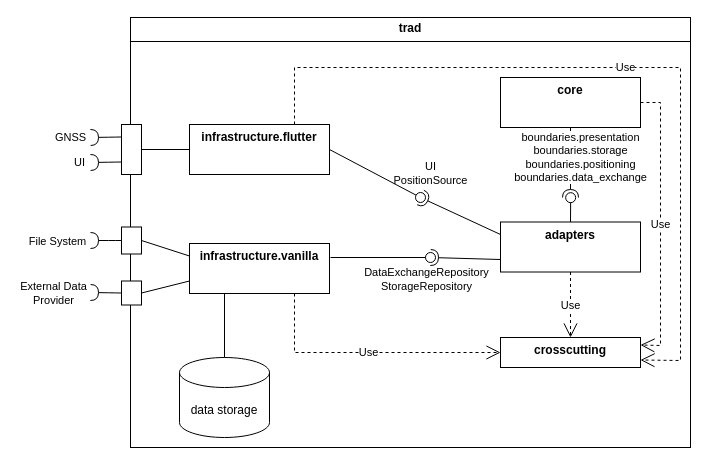
Earlier version of the draw.io diagram doc/architecture/bbview_level1.drawio (aardjon/trad). Source tidied: cells renumbered, new cells numbered last; positions are measured from the earlier drawing's top-left corner, leaving out a move shared by most shapes. Both pictures are drawn from the tidied source at 100%, with x=0, y=0 at pixel (60, 17).
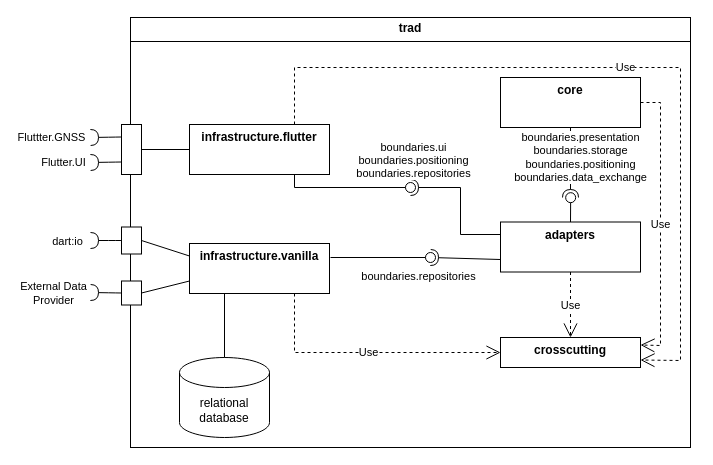
The same diagram, later.

The change refers to these unchanged cells:
```xml
<mxCell id="4" value="&lt;p style=&quot;margin:0px;margin-top:6px;text-align:center;&quot;&gt;&lt;b&gt;adapters&lt;/b&gt;&lt;/p&gt;" style="align=left;overflow=fill;html=1;whiteSpace=wrap;" parent="1" vertex="1">
  <mxGeometry x="440" y="204.5" width="140" height="50" as="geometry" />
</mxCell>
<mxCell id="5" value="&lt;p style=&quot;margin:0px;margin-top:6px;text-align:center;&quot;&gt;&lt;b&gt;infrastructure.flutter&lt;/b&gt;&lt;/p&gt;" style="align=left;overflow=fill;html=1;whiteSpace=wrap;" parent="1" vertex="1">
  <mxGeometry x="129" y="107" width="140" height="50" as="geometry" />
</mxCell>
<mxCell id="19" style="rounded=0;jettySize=auto;html=1;endArrow=halfCircle;endFill=0;endSize=6;strokeWidth=1;sketch=0;fontSize=12;curved=1;exitX=0.25;exitY=1;exitDx=0;exitDy=0;" parent="18" edge="1" source="21">
  <mxGeometry relative="1" as="geometry">
    <mxPoint y="13" as="targetPoint" />
  </mxGeometry>
</mxCell>
<mxCell id="22" style="rounded=0;jettySize=auto;html=1;endArrow=halfCircle;endFill=0;endSize=6;strokeWidth=1;sketch=0;fontSize=12;curved=1;exitX=0.75;exitY=1;exitDx=0;exitDy=0;" parent="18" edge="1" source="21">
  <mxGeometry relative="1" as="geometry">
    <mxPoint y="38" as="targetPoint" />
  </mxGeometry>
</mxCell>
<mxCell id="25" style="rounded=0;jettySize=auto;html=1;endArrow=halfCircle;endFill=0;endSize=6;strokeWidth=1;sketch=0;fontSize=12;curved=1;exitX=0.5;exitY=1;exitDx=0;exitDy=0;" parent="24" edge="1" source="27">
  <mxGeometry relative="1" as="geometry">
    <mxPoint y="13.5" as="targetPoint" />
  </mxGeometry>
</mxCell>
<mxCell id="37" style="rounded=0;jettySize=auto;html=1;endArrow=halfCircle;endFill=0;endSize=6;strokeWidth=1;sketch=0;exitX=0;exitY=0.75;exitDx=0;exitDy=0;" parent="1" edge="1" source="4">
  <mxGeometry relative="1" as="geometry">
    <mxPoint x="370" y="240" as="targetPoint" />
  </mxGeometry>
</mxCell>
```

The edit, as a diff of the source:
```diff
@@
-    <mxCell id="9" value="data storage" style="shape=cylinder3;whiteSpace=wrap;html=1;boundedLbl=1;backgroundOutline=1;size=15;" parent="1" vertex="1">
+    <mxCell id="9" value="relational database" style="shape=cylinder3;whiteSpace=wrap;html=1;boundedLbl=1;backgroundOutline=1;size=15;" parent="1" vertex="1">
       <mxGeometry x="119" y="340" width="90" height="80" as="geometry" />
     </mxCell>
@@
-    <mxCell id="20" value="GNSS" style="edgeLabel;html=1;align=center;verticalAlign=middle;" parent="19" vertex="1">
+    <mxCell id="20" value="Fluttter.GNSS" style="edgeLabel;html=1;align=center;verticalAlign=middle;" parent="19" vertex="1">
       <mxGeometry x="0.7" relative="1" as="geometry">
-        <mxPoint x="-26" as="offset" />
+        <mxPoint x="-45" as="offset" />
       </mxGeometry>
     </mxCell>
@@
-    <mxCell id="23" value="UI" style="edgeLabel;html=1;align=center;verticalAlign=middle;" parent="22" vertex="1">
+    <mxCell id="23" value="Flutter.UI" style="edgeLabel;html=1;align=center;verticalAlign=middle;" parent="22" vertex="1">
       <mxGeometry x="0.7" relative="1" as="geometry">
-        <mxPoint x="-17" as="offset" />
+        <mxPoint x="-33" as="offset" />
       </mxGeometry>
     </mxCell>
@@
-    <mxCell id="26" value="File System" style="edgeLabel;html=1;align=center;verticalAlign=middle;" parent="25" vertex="1">
+    <mxCell id="26" value="dart:io" style="edgeLabel;html=1;align=center;verticalAlign=middle;" parent="25" vertex="1">
       <mxGeometry x="0.7" relative="1" as="geometry">
-        <mxPoint x="-39" as="offset" />
+        <mxPoint x="-29" as="offset" />
       </mxGeometry>
     </mxCell>
@@
     <mxCell id="29" style="rounded=0;jettySize=auto;html=1;endArrow=halfCircle;endFill=0;endSize=6;strokeWidth=1;sketch=0;exitX=0;exitY=0.25;exitDx=0;exitDy=0;" parent="1" edge="1" source="4">
       <mxGeometry relative="1" as="geometry">
-        <mxPoint x="360" y="180" as="targetPoint" />
+        <mxPoint x="350" y="170" as="targetPoint" />
+        <Array as="points">
+          <mxPoint x="400" y="217" />
+          <mxPoint x="400" y="170" />
+        </Array>
       </mxGeometry>
     </mxCell>
-    <mxCell id="30" value="UI&lt;div&gt;PositionSource&lt;/div&gt;" style="edgeLabel;html=1;align=center;verticalAlign=middle;" parent="29" vertex="1">
+    <mxCell id="30" value="&lt;div&gt;boundaries.ui&lt;/div&gt;&lt;div&gt;boundaries.positioning&lt;/div&gt;&lt;div&gt;boundaries.repositories&lt;/div&gt;" style="edgeLabel;html=1;align=center;verticalAlign=middle;" parent="29" vertex="1">
       <mxGeometry x="0.4" relative="1" as="geometry">
-        <mxPoint x="-14" y="-35" as="offset" />
+        <mxPoint x="-39" y="-28" as="offset" />
       </mxGeometry>
     </mxCell>
-    <mxCell id="31" style="rounded=0;jettySize=auto;html=1;endArrow=oval;endFill=0;sketch=0;sourcePerimeterSpacing=0;targetPerimeterSpacing=0;endSize=10;exitX=1;exitY=0.5;exitDx=0;exitDy=0;" parent="1" edge="1" source="5">
+    <mxCell id="31" style="rounded=0;jettySize=auto;html=1;endArrow=oval;endFill=0;sketch=0;sourcePerimeterSpacing=0;targetPerimeterSpacing=0;endSize=10;exitX=0.75;exitY=1;exitDx=0;exitDy=0;" parent="1" edge="1" source="5">
       <mxGeometry relative="1" as="geometry">
-        <mxPoint x="360" y="180" as="targetPoint" />
+        <mxPoint x="350" y="170" as="targetPoint" />
+        <Array as="points">
+          <mxPoint x="234" y="170" />
+        </Array>
       </mxGeometry>
     </mxCell>
@@
-    <mxCell id="38" value="&lt;div&gt;DataExchangeRepository&lt;br&gt;&lt;/div&gt;&lt;div&gt;StorageRepository&lt;/div&gt;" style="edgeLabel;html=1;align=center;verticalAlign=middle;" parent="37" vertex="1">
+    <mxCell id="38" value="&lt;div&gt;boundaries.repositories&lt;/div&gt;" style="edgeLabel;html=1;align=center;verticalAlign=middle;" parent="37" vertex="1">
       <mxGeometry x="-0.19" y="-3" relative="1" as="geometry">
-        <mxPoint x="-47" y="23" as="offset" />
+        <mxPoint x="-55" y="20" as="offset" />
       </mxGeometry>
     </mxCell>
```
